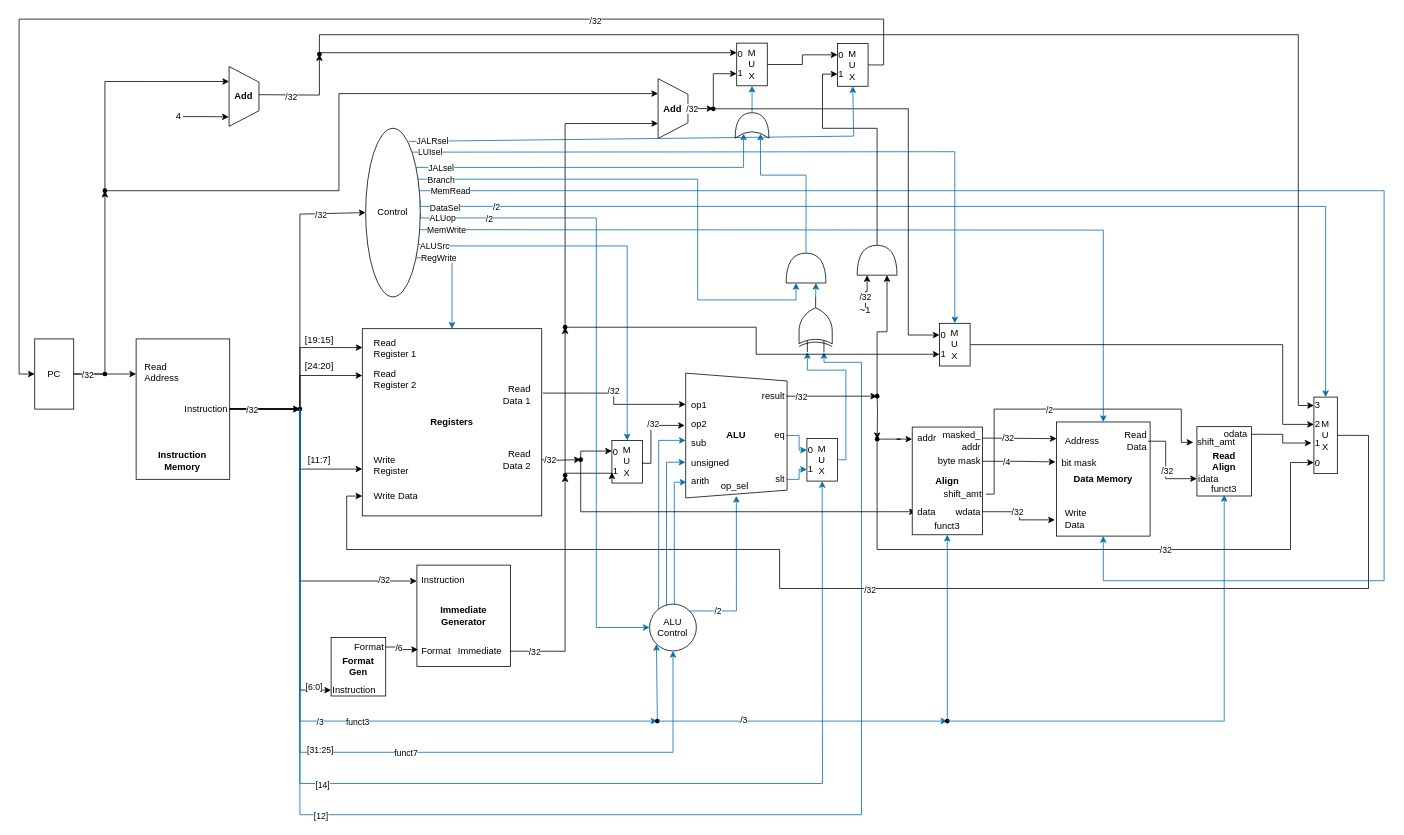
Earlier version of the draw.io diagram Schematic.drawio (Vohihoin/riscv32i-arch-course-starter-fa26). Source tidied: cells renumbered, new cells numbered last; positions are measured from the earlier drawing's top-left corner, leaving out a move shared by most shapes. Both pictures are drawn from the tidied source at 78%, with x=0, y=0 at pixel (19, 19).
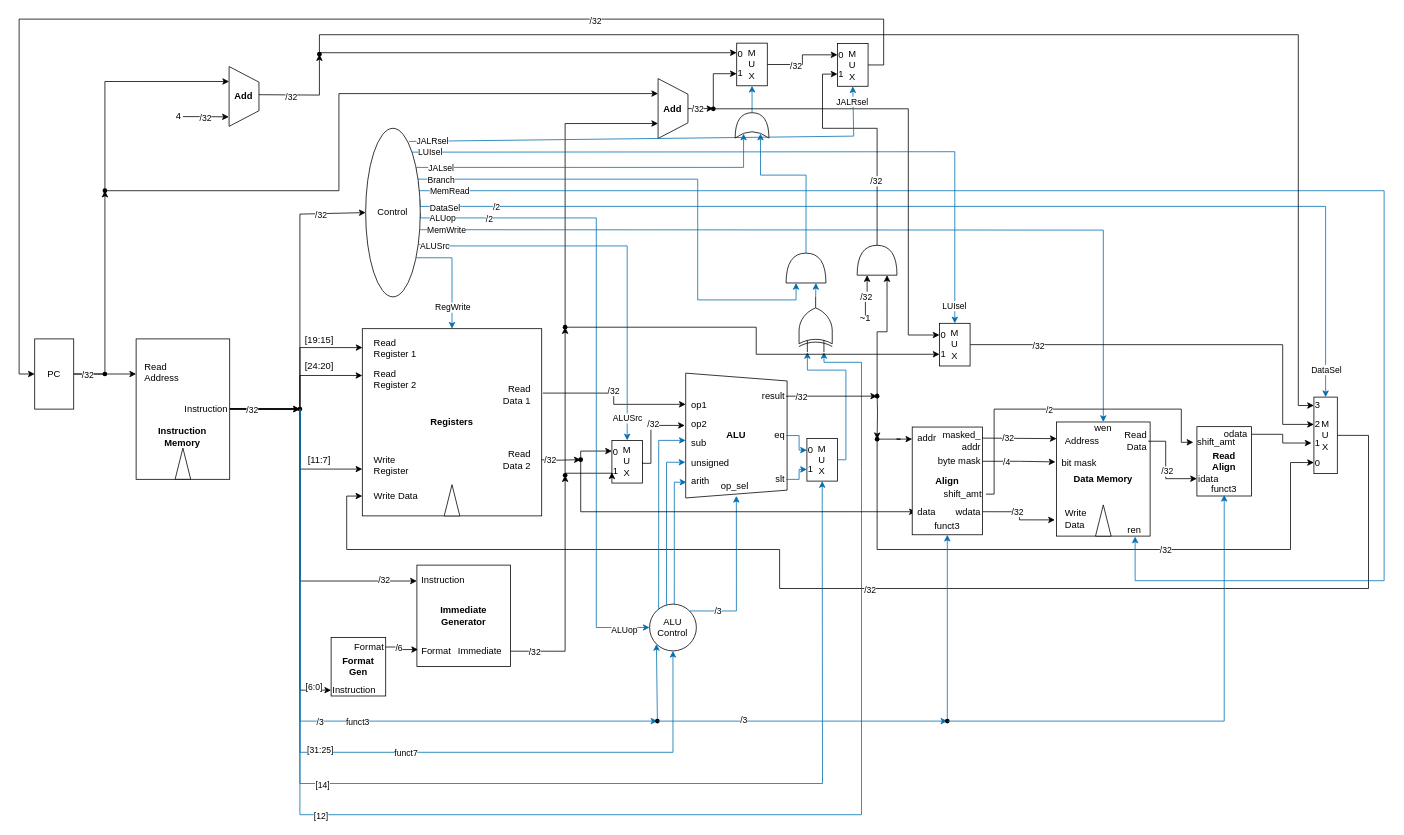
The same diagram, later.

Commit message (it also covers changes not shown here):
Update schematic diagram and add PDF version

The change refers to these unchanged cells:
```xml
<mxCell id="10" style="group;" parent="1" vertex="1">
  <mxGeometry x="440" y="396.9" width="230" height="240" as="geometry" />
</mxCell>
<mxCell id="24" value="&lt;b&gt;Data Memory&lt;/b&gt;" style="rounded=0;whiteSpace=wrap;html=1;" parent="23" vertex="1">
  <mxGeometry width="120" height="146.3" as="geometry" />
</mxCell>
<mxCell id="62" style="edgeStyle=orthogonalEdgeStyle;rounded=0;jettySize=auto;html=1;exitX=1;exitY=0.5;exitDx=0;exitDy=0;entryX=0.842;entryY=1.009;entryDx=0;entryDy=0;entryPerimeter=0;" parent="1" edge="1" source="56" target="31">
  <mxGeometry x="-0.06" relative="1" as="geometry" />
</mxCell>
<mxCell id="65" style="edgeStyle=orthogonalEdgeStyle;rounded=0;jettySize=auto;html=1;entryX=0;entryY=0.5;entryDx=0;entryDy=0;" parent="1" edge="1" source="66" target="176">
  <mxGeometry relative="1" as="geometry" />
</mxCell>
<mxCell id="99" style="edgeStyle=orthogonalEdgeStyle;rounded=0;jettySize=auto;html=1;exitX=1;exitY=0;exitDx=0;exitDy=0;entryX=0.5;entryY=1;entryDx=0;entryDy=0;fillColor=#1ba1e2;strokeColor=#006EAF;" parent="1" edge="1" source="101" target="88">
  <mxGeometry relative="1" as="geometry" />
</mxCell>
<mxCell id="102" style="edgeStyle=orthogonalEdgeStyle;rounded=0;jettySize=auto;html=1;exitX=1;exitY=0.5;exitDx=0;exitDy=0;entryX=0;entryY=0.5;entryDx=0;entryDy=0;fillColor=#1ba1e2;strokeColor=#006EAF;" parent="1" edge="1" source="118" target="101">
  <mxGeometry x="-0.79" relative="1" as="geometry">
    <Array as="points">
      <mxPoint x="740" y="254.9" />
      <mxPoint x="740" y="780" />
    </Array>
  </mxGeometry>
</mxCell>
<mxCell id="105" style="edgeStyle=orthogonalEdgeStyle;rounded=0;jettySize=auto;html=1;exitX=0.927;exitY=0.768;exitDx=0;exitDy=0;entryX=0.5;entryY=0;entryDx=0;entryDy=0;fillColor=#1ba1e2;strokeColor=#006EAF;exitPerimeter=0;" parent="1" edge="1" source="118" target="11">
  <mxGeometry x="0.5" relative="1" as="geometry">
    <Array as="points">
      <mxPoint x="555" y="305.8" />
    </Array>
  </mxGeometry>
</mxCell>
<mxCell id="107" style="edgeStyle=orthogonalEdgeStyle;rounded=0;jettySize=auto;html=1;exitX=0.967;exitY=0.689;exitDx=0;exitDy=0;entryX=0.5;entryY=0;entryDx=0;entryDy=0;exitPerimeter=0;fillColor=#1ba1e2;strokeColor=#006EAF;" parent="1" edge="1" source="118" target="41">
  <mxGeometry relative="1" as="geometry">
    <Array as="points">
      <mxPoint x="522.5" y="290.8" />
      <mxPoint x="779.6" y="290" />
    </Array>
  </mxGeometry>
</mxCell>
<mxCell id="111" style="edgeStyle=orthogonalEdgeStyle;rounded=0;jettySize=auto;html=1;fillColor=#1ba1e2;strokeColor=#006EAF;exitX=0.995;exitY=0.422;exitDx=0;exitDy=0;exitPerimeter=0;entryX=0.5;entryY=0;entryDx=0;entryDy=0;" parent="1" edge="1" source="118" target="190">
  <mxGeometry x="0.16" relative="1" as="geometry">
    <Array as="points">
      <mxPoint x="513.9" y="240.1" />
      <mxPoint x="1675" y="240.1" />
    </Array>
  </mxGeometry>
</mxCell>
<mxCell id="118" value="Control" style="ellipse;whiteSpace=wrap;html=1;shapeInside=1;" parent="1" vertex="1">
  <mxGeometry x="444.3" y="140" width="70" height="216.1" as="geometry" />
</mxCell>
<mxCell id="149" style="edgeStyle=orthogonalEdgeStyle;rounded=0;jettySize=auto;html=1;exitX=1;exitY=0.5;exitDx=0;exitDy=0;entryDx=0;entryDy=0;" parent="1" edge="1" source="60" target="154">
  <mxGeometry relative="1" as="geometry" />
</mxCell>
<mxCell id="155" style="edgeStyle=orthogonalEdgeStyle;rounded=0;jettySize=auto;html=1;exitX=1;exitY=0.5;exitDx=0;exitDy=0;entryX=0;entryY=0.5;entryDx=0;entryDy=0;" parent="1" edge="1" source="156" target="193">
  <mxGeometry relative="1" as="geometry">
    <Array as="points">
      <mxPoint x="1620" y="417.3" />
      <mxPoint x="1620" y="519.7" />
    </Array>
  </mxGeometry>
</mxCell>
<mxCell id="162" style="endArrow=classic;html=1;rounded=0;entryX=0.5;entryY=0;entryDx=0;entryDy=0;fillColor=#1ba1e2;strokeColor=#006EAF;exitX=1;exitY=0;exitDx=0;exitDy=0;" parent="1" edge="1" source="118" target="156">
  <mxGeometry relative="1" as="geometry">
    <Array as="points">
      <mxPoint x="1199.6" y="170" />
    </Array>
  </mxGeometry>
</mxCell>
<mxCell id="174" style="edgeStyle=orthogonalEdgeStyle;rounded=0;jettySize=auto;html=1;entryX=0;entryY=0.5;entryDx=0;entryDy=0;" parent="1" edge="1" source="220" target="177">
  <mxGeometry x="-0.07" relative="1" as="geometry">
    <Array as="points">
      <mxPoint x="1100" y="140" />
      <mxPoint x="1030" y="140" />
      <mxPoint x="1030" y="70.5" />
    </Array>
  </mxGeometry>
</mxCell>
<mxCell id="178" style="endArrow=classic;html=1;rounded=0;exitX=0.792;exitY=0.078;exitDx=0;exitDy=0;exitPerimeter=0;entryX=0.5;entryY=1;entryDx=0;entryDy=0;fillColor=#1ba1e2;strokeColor=#006EAF;" parent="1" edge="1" source="118" target="175">
  <mxGeometry relative="1" as="geometry">
    <Array as="points">
      <mxPoint x="1070" y="150" />
    </Array>
  </mxGeometry>
</mxCell>
<mxCell id="223" style="edgeStyle=orthogonalEdgeStyle;rounded=0;jettySize=auto;html=1;entryX=0;entryY=0.25;entryDx=0;entryDy=0;entryPerimeter=0;" parent="1" edge="1" source="222" target="220">
  <mxGeometry relative="1" as="geometry" />
</mxCell>
```

Change to the diagram source:
```diff
@@
-    <mxCell id="5" style="group;" parent="1" vertex="1">
-      <mxGeometry x="150" y="410" width="120" height="180" as="geometry" />
-    </mxCell>
-    <mxCell id="6" style="rounded=0;whiteSpace=wrap;html=1;" parent="5" vertex="1">
-      <mxGeometry width="120" height="180" as="geometry" />
-    </mxCell>
-    <mxCell id="7" value="Read&lt;br&gt;&lt;div style=&quot;&quot;&gt;&lt;span style=&quot;background-color: transparent; color: light-dark(rgb(0, 0, 0), rgb(255, 255, 255));&quot;&gt;Address&lt;/span&gt;&lt;/div&gt;" style="text;html=1;whiteSpace=wrap;strokeColor=none;fillColor=none;align=left;verticalAlign=middle;rounded=0;" parent="5" vertex="1">
-      <mxGeometry x="9.2" y="28.4" width="55.4" height="28.4" as="geometry" />
-    </mxCell>
-    <mxCell id="8" value="&lt;b&gt;Instruction Memory&lt;/b&gt;" style="text;html=1;whiteSpace=wrap;strokeColor=none;fillColor=none;align=center;verticalAlign=middle;rounded=0;" parent="5" vertex="1">
-      <mxGeometry x="32.3" y="142.1" width="55.4" height="28.4" as="geometry" />
-    </mxCell>
-    <mxCell id="9" value="Instruction" style="text;html=1;whiteSpace=wrap;strokeColor=none;fillColor=none;align=center;verticalAlign=middle;rounded=0;" parent="5" vertex="1">
-      <mxGeometry x="60" y="75.8" width="60" height="28.4" as="geometry" />
-    </mxCell>
@@
+    <mxCell id="225" style="triangle;whiteSpace=wrap;html=1;shapeInside=1;rotation=-90;" parent="10" vertex="1">
+      <mxGeometry x="95" y="210" width="40" height="20" as="geometry" />
+    </mxCell>
@@
     <mxCell id="23" style="group;" parent="1" vertex="1">
-      <mxGeometry x="1330" y="516.5" width="120" height="146.3" as="geometry" />
+      <mxGeometry x="1330" y="516.5" width="132" height="146.5" as="geometry" />
     </mxCell>
@@
+    <mxCell id="226" style="triangle;whiteSpace=wrap;html=1;shapeInside=1;rotation=-90;" parent="23" vertex="1">
+      <mxGeometry x="40" y="116.3" width="40" height="20" as="geometry" />
+    </mxCell>
+    <mxCell id="227" value="ren" style="text;html=1;whiteSpace=wrap;strokeColor=none;fillColor=none;align=center;verticalAlign=middle;rounded=0;" parent="23" vertex="1">
+      <mxGeometry x="70" y="123.5" width="60" height="30" as="geometry" />
+    </mxCell>
+    <mxCell id="228" value="wen" style="text;html=1;whiteSpace=wrap;strokeColor=none;fillColor=none;align=center;verticalAlign=middle;rounded=0;" parent="23" vertex="1">
+      <mxGeometry x="30" y="-6.5" width="60" height="30" as="geometry" />
+    </mxCell>
@@
+    <mxCell id="229" value="/32" style="edgeLabel;html=1;align=center;verticalAlign=middle;" parent="62" vertex="1">
+      <mxGeometry x="0.01" y="-1" relative="1" as="geometry">
+        <mxPoint x="-1" as="offset" />
+      </mxGeometry>
+    </mxCell>
@@
+    <mxCell id="230" value="/32" style="edgeLabel;html=1;align=center;verticalAlign=middle;" parent="65" vertex="1">
+      <mxGeometry x="-0.3" y="-2" relative="1" as="geometry" />
+    </mxCell>
@@
-    <mxCell id="100" value="/2" style="edgeLabel;html=1;align=center;verticalAlign=middle;" parent="99" vertex="1">
+    <mxCell id="100" value="/3" style="edgeLabel;html=1;align=center;verticalAlign=middle;" parent="99" vertex="1">
       <mxGeometry x="-0.65" relative="1" as="geometry" />
     </mxCell>
@@
+    <mxCell id="231" value="ALUop" style="edgeLabel;html=1;align=center;verticalAlign=middle;" parent="102" vertex="1">
+      <mxGeometry x="0.92" y="-2" relative="1" as="geometry" />
+    </mxCell>
@@
     <mxCell id="106" value="RegWrite" style="edgeLabel;html=1;align=center;verticalAlign=middle;" parent="105" vertex="1">
       <mxGeometry x="-0.51" relative="1" as="geometry">
-        <mxPoint x="-5" as="offset" />
+        <mxPoint x="13" y="64" as="offset" />
       </mxGeometry>
     </mxCell>
@@
+    <mxCell id="232" value="ALUSrc" style="edgeLabel;html=1;align=center;verticalAlign=middle;" parent="107" vertex="1">
+      <mxGeometry x="0.89" relative="1" as="geometry" />
+    </mxCell>
@@
+    <mxCell id="233" value="DataSel" style="edgeLabel;html=1;align=center;verticalAlign=middle;" parent="111" vertex="1">
+      <mxGeometry x="0.95" relative="1" as="geometry" />
+    </mxCell>
-    <mxCell id="114" style="edgeStyle=orthogonalEdgeStyle;rounded=0;jettySize=auto;html=1;exitX=0.962;exitY=0.316;exitDx=0;exitDy=0;entryX=0.5;entryY=1;entryDx=0;entryDy=0;fillColor=#1ba1e2;strokeColor=#006EAF;exitPerimeter=0;" parent="1" edge="1" source="118" target="24">
-      <mxGeometry x="-0.18" relative="1" as="geometry">
+    <mxCell id="114" style="edgeStyle=orthogonalEdgeStyle;rounded=0;jettySize=auto;html=1;exitX=0.962;exitY=0.316;exitDx=0;exitDy=0;entryX=0.84;entryY=1.004;entryDx=0;entryDy=0;fillColor=#1ba1e2;strokeColor=#006EAF;exitPerimeter=0;entryPerimeter=0;" parent="1" edge="1" source="118" target="24">
+      <mxGeometry x="-0.17" relative="1" as="geometry">
         <Array as="points">
           <mxPoint x="511.6" y="220" />
           <mxPoint x="1750" y="220" />
           <mxPoint x="1750" y="720" />
-          <mxPoint x="1390" y="720" />
+          <mxPoint x="1430.8" y="720" />
         </Array>
       </mxGeometry>
     </mxCell>
@@
     <mxCell id="150" value="/32" style="edgeLabel;html=1;align=center;verticalAlign=middle;" parent="149" vertex="1">
-      <mxGeometry x="-0.68" relative="1" as="geometry" />
+      <mxGeometry x="-0.68" relative="1" as="geometry">
+        <mxPoint x="7" as="offset" />
+      </mxGeometry>
     </mxCell>
@@
+    <mxCell id="234" value="/32" style="edgeLabel;html=1;align=center;verticalAlign=middle;" parent="155" vertex="1">
+      <mxGeometry x="-0.68" y="-1" relative="1" as="geometry" />
+    </mxCell>
@@
+    <mxCell id="235" value="LUIsel" style="edgeLabel;html=1;align=center;verticalAlign=middle;" parent="162" vertex="1">
+      <mxGeometry x="0.95" y="-1" relative="1" as="geometry" />
+    </mxCell>
@@
+    <mxCell id="236" value="/32" style="edgeLabel;html=1;align=center;verticalAlign=middle;" parent="174" vertex="1">
+      <mxGeometry x="-0.47" y="1" relative="1" as="geometry" />
+    </mxCell>
@@
+    <mxCell id="237" value="JALRsel" style="edgeLabel;html=1;align=center;verticalAlign=middle;" parent="178" vertex="1">
+      <mxGeometry x="0.94" y="2" relative="1" as="geometry" />
+    </mxCell>
@@
     <mxCell id="222" value="~1" style="text;html=1;whiteSpace=wrap;strokeColor=none;fillColor=none;align=center;verticalAlign=middle;rounded=0;" parent="1" vertex="1">
-      <mxGeometry x="1080" y="370" width="10" height="5" as="geometry" />
+      <mxGeometry x="1080" y="380" width="10" height="5" as="geometry" />
     </mxCell>
@@
     <mxCell id="224" value="/32" style="edgeLabel;html=1;align=center;verticalAlign=middle;" parent="223" vertex="1">
-      <mxGeometry x="-0.35" y="1" relative="1" as="geometry" />
+      <mxGeometry x="-0.35" y="1" relative="1" as="geometry">
+        <mxPoint x="1" y="-7" as="offset" />
+      </mxGeometry>
     </mxCell>
+    <mxCell id="6" style="rounded=0;whiteSpace=wrap;html=1;" parent="1" vertex="1">
+      <mxGeometry x="150" y="410" width="120" height="180" as="geometry" />
+    </mxCell>
+    <mxCell id="238" style="triangle;whiteSpace=wrap;html=1;shapeInside=1;rotation=-90;" parent="1" vertex="1">
+      <mxGeometry x="190" y="560" width="40" height="20" as="geometry" />
+    </mxCell>
+    <mxCell id="7" value="Read&lt;br&gt;&lt;div style=&quot;&quot;&gt;&lt;span style=&quot;background-color: transparent; color: light-dark(rgb(0, 0, 0), rgb(255, 255, 255));&quot;&gt;Address&lt;/span&gt;&lt;/div&gt;" style="text;html=1;whiteSpace=wrap;strokeColor=none;fillColor=none;align=left;verticalAlign=middle;rounded=0;" parent="1" vertex="1">
+      <mxGeometry x="159.2" y="438.4" width="55.4" height="28.4" as="geometry" />
+    </mxCell>
+    <mxCell id="8" value="&lt;b&gt;Instruction Memory&lt;/b&gt;" style="text;html=1;whiteSpace=wrap;strokeColor=none;fillColor=none;align=center;verticalAlign=middle;rounded=0;" parent="1" vertex="1">
+      <mxGeometry x="182.3" y="521.6" width="55.4" height="28.4" as="geometry" />
+    </mxCell>
+    <mxCell id="9" value="Instruction" style="text;html=1;whiteSpace=wrap;strokeColor=none;fillColor=none;align=center;verticalAlign=middle;rounded=0;" parent="1" vertex="1">
+      <mxGeometry x="210" y="485.8" width="60" height="28.4" as="geometry" />
+    </mxCell>
```
